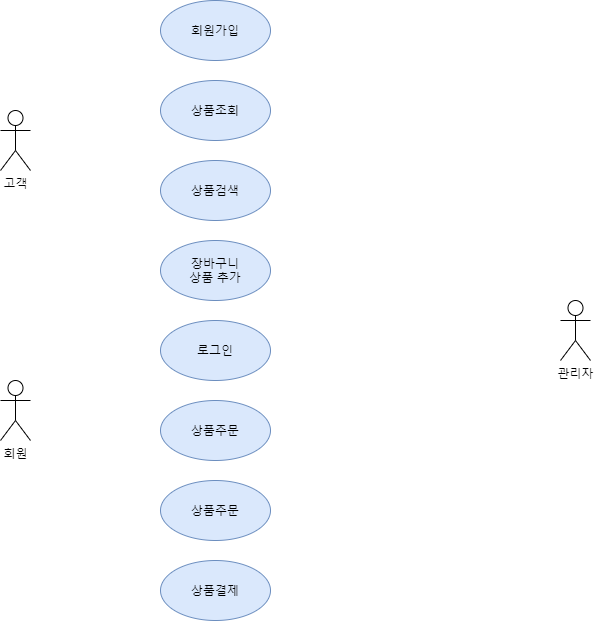
The draw.io diagram Actor Diagram.png in osiris0607/Project, before a commit. Source tidied: cells renumbered, new cells last; positions are measured from the earlier drawing's top-left corner, leaving out a move shared by most shapes.
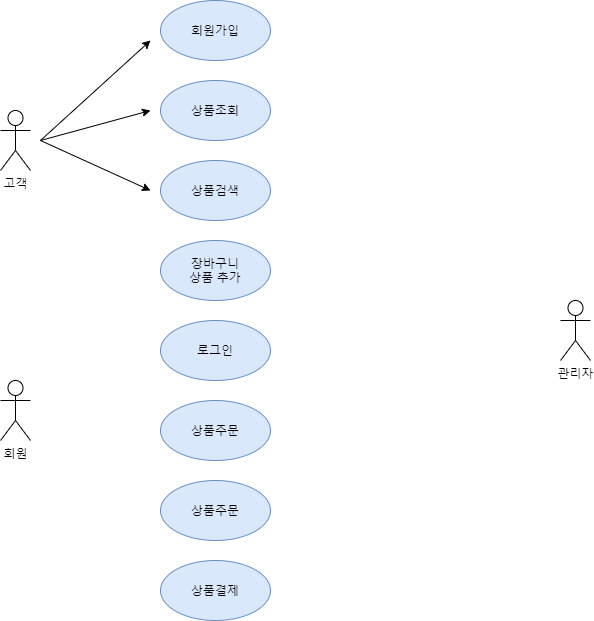
After the change.

What changed in the source:
```diff
@@ -35,5 +35,23 @@
     <mxCell id="12" value="장바구니&lt;br&gt;상품 추가" style="ellipse;whiteSpace=wrap;html=1;fillColor=#dae8fc;strokeColor=#6c8ebf;" parent="1" vertex="1">
       <mxGeometry x="160" y="240" width="110" height="60" as="geometry" />
     </mxCell>
+    <mxCell id="13" style="endArrow=classic;html=1;" parent="1" edge="1">
+      <mxGeometry relative="1" as="geometry">
+        <mxPoint x="40" y="140" as="sourcePoint" />
+        <mxPoint x="150" y="40" as="targetPoint" />
+      </mxGeometry>
+    </mxCell>
+    <mxCell id="14" style="endArrow=classic;html=1;" parent="1" edge="1">
+      <mxGeometry relative="1" as="geometry">
+        <mxPoint x="40" y="140" as="sourcePoint" />
+        <mxPoint x="150" y="110" as="targetPoint" />
+      </mxGeometry>
+    </mxCell>
+    <mxCell id="15" style="endArrow=classic;html=1;" parent="1" edge="1">
+      <mxGeometry relative="1" as="geometry">
+        <mxPoint x="40" y="140" as="sourcePoint" />
+        <mxPoint x="150" y="190" as="targetPoint" />
+      </mxGeometry>
+    </mxCell>
   </root>
 </mxGraphModel>
```
